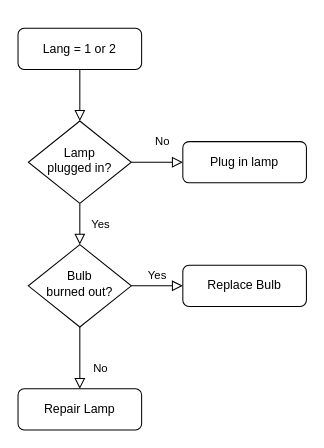
This is html file, ignore/Untitled Diagram.drawio from Adithr123/pizza, a draw.io file, before an edit. Source tidied: cells renumbered, new cells numbered last; positions are measured from the earlier drawing's top-left corner, leaving out a move shared by most shapes. Both pictures are drawn from the tidied source at 103%, with x=0, y=0 at pixel (18, 28).
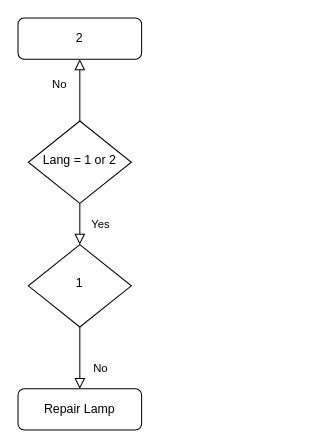
The same page after the edit.

Diff of the diagram source:
```diff
@@
 <mxGraphModel>
   <root>
     <mxCell id="0" />
     <mxCell id="1" parent="0" />
-    <mxCell id="2" style="rounded=0;html=1;jettySize=auto;fontSize=11;endArrow=block;endFill=0;endSize=8;strokeWidth=1;shadow=0;labelBackgroundColor=none;edgeStyle=orthogonalEdgeStyle;" parent="1" edge="1" source="3" target="6">
-      <mxGeometry relative="1" as="geometry" />
-    </mxCell>
-    <mxCell id="3" value="Lang = 1 or 2" style="rounded=1;whiteSpace=wrap;html=1;fontSize=12;glass=0;strokeWidth=1;shadow=0;" parent="1" vertex="1">
-      <mxGeometry width="120" height="40" as="geometry" />
-    </mxCell>
     <mxCell id="4" value="Yes" style="rounded=0;html=1;jettySize=auto;fontSize=11;endArrow=block;endFill=0;endSize=8;strokeWidth=1;shadow=0;labelBackgroundColor=none;edgeStyle=orthogonalEdgeStyle;" parent="1" edge="1" source="6" target="10">
-      <mxGeometry y="20" relative="1" as="geometry" />
+      <mxGeometry y="20" relative="1" as="geometry">
+        <Array as="points">
+          <mxPoint x="60" y="190" />
+          <mxPoint x="60" y="190" />
+        </Array>
+      </mxGeometry>
     </mxCell>
     <mxCell id="5" value="No" style="edgeStyle=orthogonalEdgeStyle;rounded=0;html=1;jettySize=auto;fontSize=11;endArrow=block;endFill=0;endSize=8;strokeWidth=1;shadow=0;labelBackgroundColor=none;" parent="1" edge="1" source="6" target="7">
       <mxGeometry x="0.2" y="20" relative="1" as="geometry" />
     </mxCell>
-    <mxCell id="6" value="Lamp&lt;br&gt;plugged in?" style="rhombus;whiteSpace=wrap;html=1;shadow=0;fontFamily=Helvetica;fontSize=12;align=center;strokeWidth=1;spacing=6;spacingTop=-4;" parent="1" vertex="1">
+    <mxCell id="6" value="Lang = 1 or 2" style="rhombus;whiteSpace=wrap;html=1;shadow=0;fontFamily=Helvetica;fontSize=12;align=center;strokeWidth=1;spacing=6;spacingTop=-4;" parent="1" vertex="1">
       <mxGeometry x="10" y="90" width="100" height="80" as="geometry" />
     </mxCell>
-    <mxCell id="7" value="Plug in lamp" style="rounded=1;whiteSpace=wrap;html=1;fontSize=12;glass=0;strokeWidth=1;shadow=0;" parent="1" vertex="1">
-      <mxGeometry x="160" y="110" width="120" height="40" as="geometry" />
+    <mxCell id="7" value="2" style="rounded=1;whiteSpace=wrap;html=1;fontSize=12;glass=0;strokeWidth=1;shadow=0;" parent="1" vertex="1">
+      <mxGeometry y="-10" width="120" height="40" as="geometry" />
     </mxCell>
     <mxCell id="8" value="No" style="rounded=0;html=1;jettySize=auto;fontSize=11;endArrow=block;endFill=0;endSize=8;strokeWidth=1;shadow=0;labelBackgroundColor=none;edgeStyle=orthogonalEdgeStyle;" parent="1" edge="1" source="10" target="11">
       <mxGeometry x="0.33" y="20" relative="1" as="geometry" />
     </mxCell>
-    <mxCell id="9" value="Yes" style="edgeStyle=orthogonalEdgeStyle;rounded=0;html=1;jettySize=auto;fontSize=11;endArrow=block;endFill=0;endSize=8;strokeWidth=1;shadow=0;labelBackgroundColor=none;" parent="1" edge="1" source="10" target="12">
-      <mxGeometry y="10" relative="1" as="geometry" />
-    </mxCell>
-    <mxCell id="10" value="Bulb&lt;br&gt;burned out?" style="rhombus;whiteSpace=wrap;html=1;shadow=0;fontFamily=Helvetica;fontSize=12;align=center;strokeWidth=1;spacing=6;spacingTop=-4;" parent="1" vertex="1">
+    <mxCell id="10" value="1" style="rhombus;whiteSpace=wrap;html=1;shadow=0;fontFamily=Helvetica;fontSize=12;align=center;strokeWidth=1;spacing=6;spacingTop=-4;" parent="1" vertex="1">
       <mxGeometry x="10" y="210" width="100" height="80" as="geometry" />
     </mxCell>
     <mxCell id="11" value="Repair Lamp" style="rounded=1;whiteSpace=wrap;html=1;fontSize=12;glass=0;strokeWidth=1;shadow=0;" parent="1" vertex="1">
       <mxGeometry y="350" width="120" height="40" as="geometry" />
     </mxCell>
-    <mxCell id="12" value="Replace Bulb" style="rounded=1;whiteSpace=wrap;html=1;fontSize=12;glass=0;strokeWidth=1;shadow=0;" parent="1" vertex="1">
-      <mxGeometry x="160" y="230" width="120" height="40" as="geometry" />
-    </mxCell>
   </root>
 </mxGraphModel>
```
